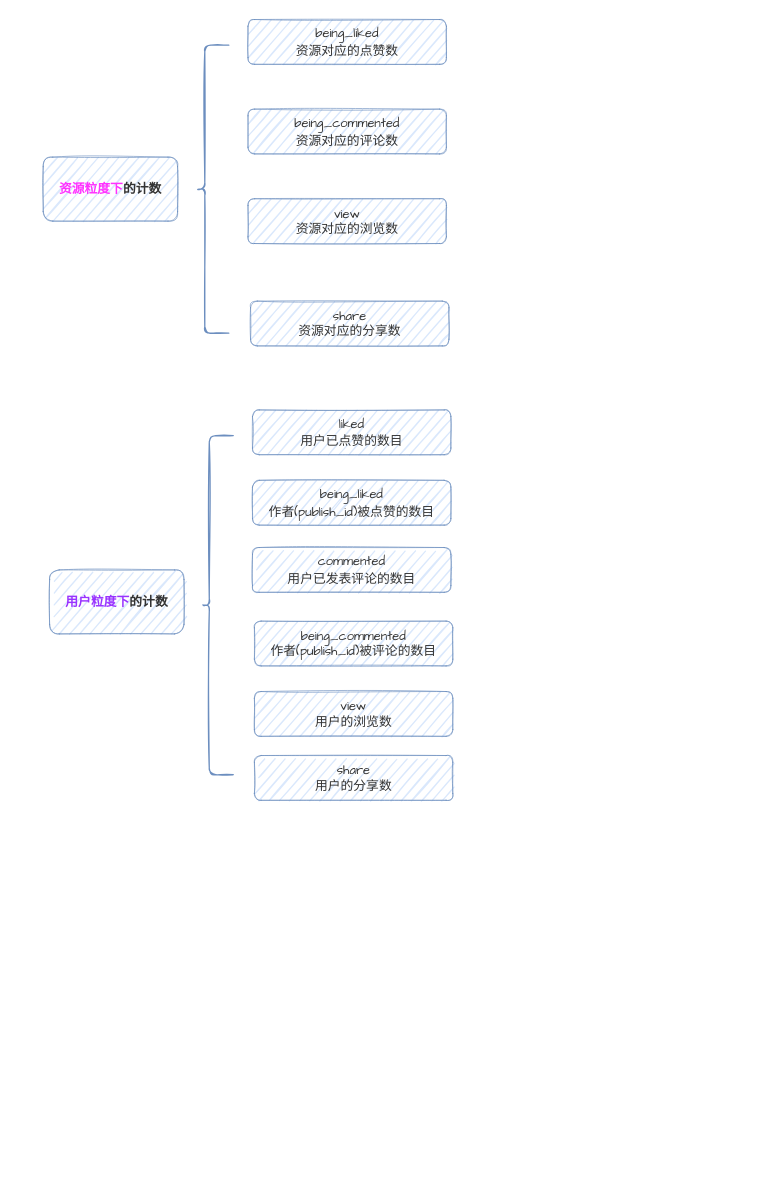
This is pictures/计数服务业务.drawio from dimdark/my-drawio, a draw.io file, before an edit. Source tidied: cells renumbered, new cells numbered last; positions are measured from the earlier drawing's top-left corner, leaving out a move shared by most shapes. Both pictures are drawn from the tidied source at 64%, with x=0, y=0 at pixel (43, 19).
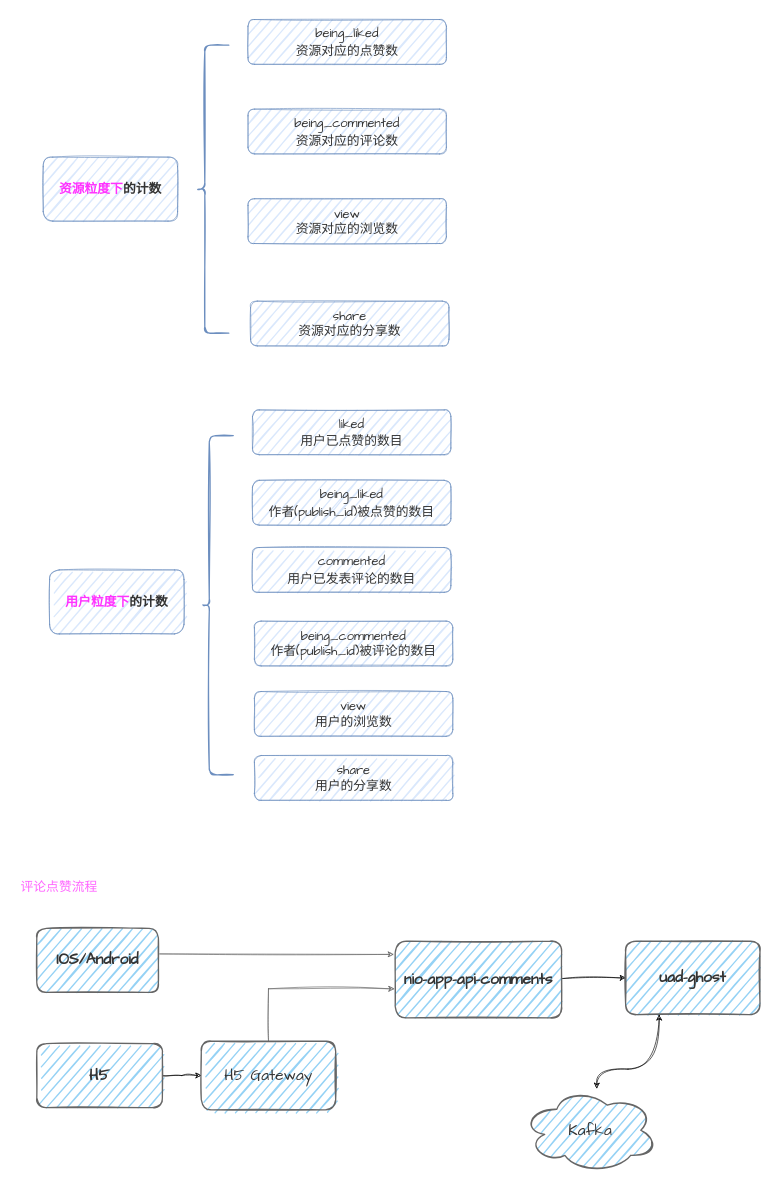
Above is the later version.

Commit message (it also covers changes not shown here):
更新计数服务业务.drawio

Change to the diagram source:
```diff
@@
-    <mxCell id="13" value="&lt;b style=&quot;&quot;&gt;&lt;font color=&quot;#9933ff&quot;&gt;用户粒度下&lt;/font&gt;&lt;font color=&quot;#333333&quot;&gt;的计数&lt;/font&gt;&lt;/b&gt;" style="rounded=1;whiteSpace=wrap;html=1;sketch=1;hachureGap=12;jiggle=1;curveFitting=1;fontFamily=Architects Daughter;fontSize=20;fillColor=#dae8fc;strokeColor=#6c8ebf;strokeWidth=1;glass=0;shadow=0;fillWeight=2;perimeterSpacing=0;hachureAngle=-41;simplification=0;fontColor=#1A1A1A;" parent="1" vertex="1">
+    <mxCell id="13" value="&lt;b style=&quot;&quot;&gt;&lt;font color=&quot;#ff33ff&quot;&gt;用户粒度下&lt;/font&gt;&lt;font color=&quot;#333333&quot;&gt;的计数&lt;/font&gt;&lt;/b&gt;" style="rounded=1;whiteSpace=wrap;html=1;sketch=1;hachureGap=12;jiggle=1;curveFitting=1;fontFamily=Architects Daughter;fontSize=20;fillColor=#dae8fc;strokeColor=#6c8ebf;strokeWidth=1;glass=0;shadow=0;fillWeight=2;perimeterSpacing=0;hachureAngle=-41;simplification=0;fontColor=#1A1A1A;" parent="1" vertex="1">
       <mxGeometry x="10" y="860" width="210" height="100" as="geometry" />
     </mxCell>
@@
+    <mxCell id="16" value="评论点赞流程" style="text;html=1;strokeColor=none;fillColor=none;align=center;verticalAlign=middle;whiteSpace=wrap;rounded=0;shadow=0;glass=0;sketch=1;fillWeight=2;hachureGap=12;hachureAngle=-41;jiggle=1;curveFitting=1;simplification=0;strokeWidth=2;fontFamily=Architects Daughter;fontSize=20;fontColor=#FF66FF;" parent="1" vertex="1">
+      <mxGeometry x="-50" y="1330" width="150" height="50" as="geometry" />
+    </mxCell>
+    <mxCell id="17" style="rounded=0;sketch=1;hachureGap=4;jiggle=2;curveFitting=1;jettySize=auto;html=1;fontFamily=Architects Daughter;fontSize=16;fontColor=#FF33FF;exitX=1.011;exitY=0.4;exitDx=0;exitDy=0;exitPerimeter=0;entryX=-0.01;entryY=0.173;entryDx=0;entryDy=0;entryPerimeter=0;strokeColor=#666666;" parent="1" edge="1" source="18" target="24">
+      <mxGeometry relative="1" as="geometry" />
+    </mxCell>
+    <mxCell id="18" value="&lt;b&gt;IOS/Android&lt;/b&gt;" style="rounded=1;whiteSpace=wrap;html=1;shadow=0;glass=0;sketch=1;fillWeight=2;hachureGap=12;hachureAngle=-41;jiggle=1;curveFitting=1;simplification=0;strokeColor=#666666;strokeWidth=2;fontFamily=Architects Daughter;fontSize=24;fontColor=#333333;fillColor=#95D2F5;" parent="1" vertex="1">
+      <mxGeometry x="-10" y="1420" width="190" height="100" as="geometry" />
+    </mxCell>
+    <mxCell id="19" style="edgeStyle=orthogonalEdgeStyle;rounded=0;sketch=1;hachureGap=4;jiggle=2;curveFitting=1;jettySize=auto;html=1;exitX=1;exitY=0.5;exitDx=0;exitDy=0;fontFamily=Architects Daughter;fontSize=16;fontColor=#666666;" parent="1" edge="1" source="20" target="22">
+      <mxGeometry relative="1" as="geometry" />
+    </mxCell>
+    <mxCell id="20" value="&lt;font color=&quot;#333333&quot;&gt;H5&lt;/font&gt;" style="rounded=1;whiteSpace=wrap;html=1;shadow=0;glass=0;sketch=1;fillWeight=2;hachureGap=12;hachureAngle=-41;jiggle=1;curveFitting=1;simplification=0;strokeColor=#666666;strokeWidth=2;fontFamily=Architects Daughter;fontSize=24;fontColor=#666666;fillColor=#95D2F5;fontStyle=1;" parent="1" vertex="1">
+      <mxGeometry x="-10" y="1600" width="196.2" height="100" as="geometry" />
+    </mxCell>
+    <mxCell id="21" style="edgeStyle=orthogonalEdgeStyle;rounded=0;sketch=1;hachureGap=4;jiggle=2;curveFitting=1;jettySize=auto;html=1;fontFamily=Architects Daughter;fontSize=24;fontColor=#333333;entryX=-0.006;entryY=0.621;entryDx=0;entryDy=0;entryPerimeter=0;strokeColor=#666666;" parent="1" edge="1" source="22" target="24">
+      <mxGeometry relative="1" as="geometry">
+        <Array as="points">
+          <mxPoint x="352" y="1515" />
+        </Array>
+      </mxGeometry>
+    </mxCell>
+    <mxCell id="22" value="&lt;p style=&quot;line-height: 140%;&quot;&gt;&lt;font color=&quot;#333333&quot; style=&quot;font-size: 24px;&quot;&gt;H5 Gateway&lt;/font&gt;&lt;br&gt;&lt;/p&gt;" style="rounded=1;whiteSpace=wrap;html=1;shadow=0;glass=0;sketch=1;fillWeight=2;hachureGap=12;hachureAngle=-41;jiggle=1;curveFitting=1;simplification=0;strokeColor=#666666;strokeWidth=2;fontFamily=Architects Daughter;fontSize=20;fontColor=#666666;fillColor=#95D2F5;" parent="1" vertex="1">
+      <mxGeometry x="247" y="1596.2" width="210" height="107.5" as="geometry" />
+    </mxCell>
+    <mxCell id="23" style="edgeStyle=none;rounded=0;sketch=1;hachureGap=4;jiggle=2;curveFitting=1;jettySize=auto;html=1;fontFamily=Architects Daughter;fontSize=16;fontColor=#FF33FF;entryX=0;entryY=0.5;entryDx=0;entryDy=0;" parent="1" edge="1" source="24" target="25">
+      <mxGeometry relative="1" as="geometry" />
+    </mxCell>
+    <mxCell id="24" value="&lt;p style=&quot;line-height: 140%;&quot;&gt;&lt;b&gt;&lt;font color=&quot;#333333&quot; style=&quot;font-size: 24px;&quot;&gt;nio-app-api-comments&lt;/font&gt;&lt;/b&gt;&lt;/p&gt;" style="rounded=1;whiteSpace=wrap;html=1;shadow=0;glass=0;sketch=1;fillWeight=2;hachureGap=12;hachureAngle=-41;jiggle=1;curveFitting=1;simplification=0;strokeColor=#666666;strokeWidth=2;fontFamily=Architects Daughter;fontSize=20;fontColor=#666666;fillColor=#95D2F5;" parent="1" vertex="1">
+      <mxGeometry x="550" y="1440" width="260" height="120" as="geometry" />
+    </mxCell>
+    <mxCell id="25" value="&lt;p style=&quot;line-height: 140%;&quot;&gt;&lt;b&gt;&lt;font color=&quot;#333333&quot; style=&quot;font-size: 24px;&quot;&gt;uad-ghost&lt;/font&gt;&lt;/b&gt;&lt;/p&gt;" style="rounded=1;whiteSpace=wrap;html=1;shadow=0;glass=0;sketch=1;fillWeight=2;hachureGap=12;hachureAngle=-41;jiggle=1;curveFitting=1;simplification=0;strokeColor=#666666;strokeWidth=2;fontFamily=Architects Daughter;fontSize=20;fontColor=#666666;fillColor=#95D2F5;" parent="1" vertex="1">
+      <mxGeometry x="910" y="1440" width="210" height="115" as="geometry" />
+    </mxCell>
+    <mxCell id="26" style="rounded=0;sketch=1;hachureGap=4;jiggle=2;curveFitting=1;jettySize=auto;html=1;fontFamily=Architects Daughter;fontSize=24;fontColor=#333333;entryX=0.25;entryY=1;entryDx=0;entryDy=0;edgeStyle=orthogonalEdgeStyle;curved=1;startArrow=classic;startFill=1;" parent="1" edge="1" source="27" target="25">
+      <mxGeometry relative="1" as="geometry">
+        <Array as="points">
+          <mxPoint x="865" y="1640" />
+          <mxPoint x="963" y="1640" />
+        </Array>
+      </mxGeometry>
+    </mxCell>
+    <mxCell id="27" value="&lt;font color=&quot;#333333&quot;&gt;Kafka&lt;/font&gt;" style="ellipse;shape=cloud;whiteSpace=wrap;html=1;shadow=0;glass=0;sketch=1;fillWeight=2;hachureGap=12;hachureAngle=-41;jiggle=1;curveFitting=1;simplification=0;strokeColor=#666666;strokeWidth=2;fontFamily=Architects Daughter;fontSize=24;fontColor=#666666;fillColor=#95D2F5;" parent="1" vertex="1">
+      <mxGeometry x="750" y="1670" width="210" height="131" as="geometry" />
+    </mxCell>
```
